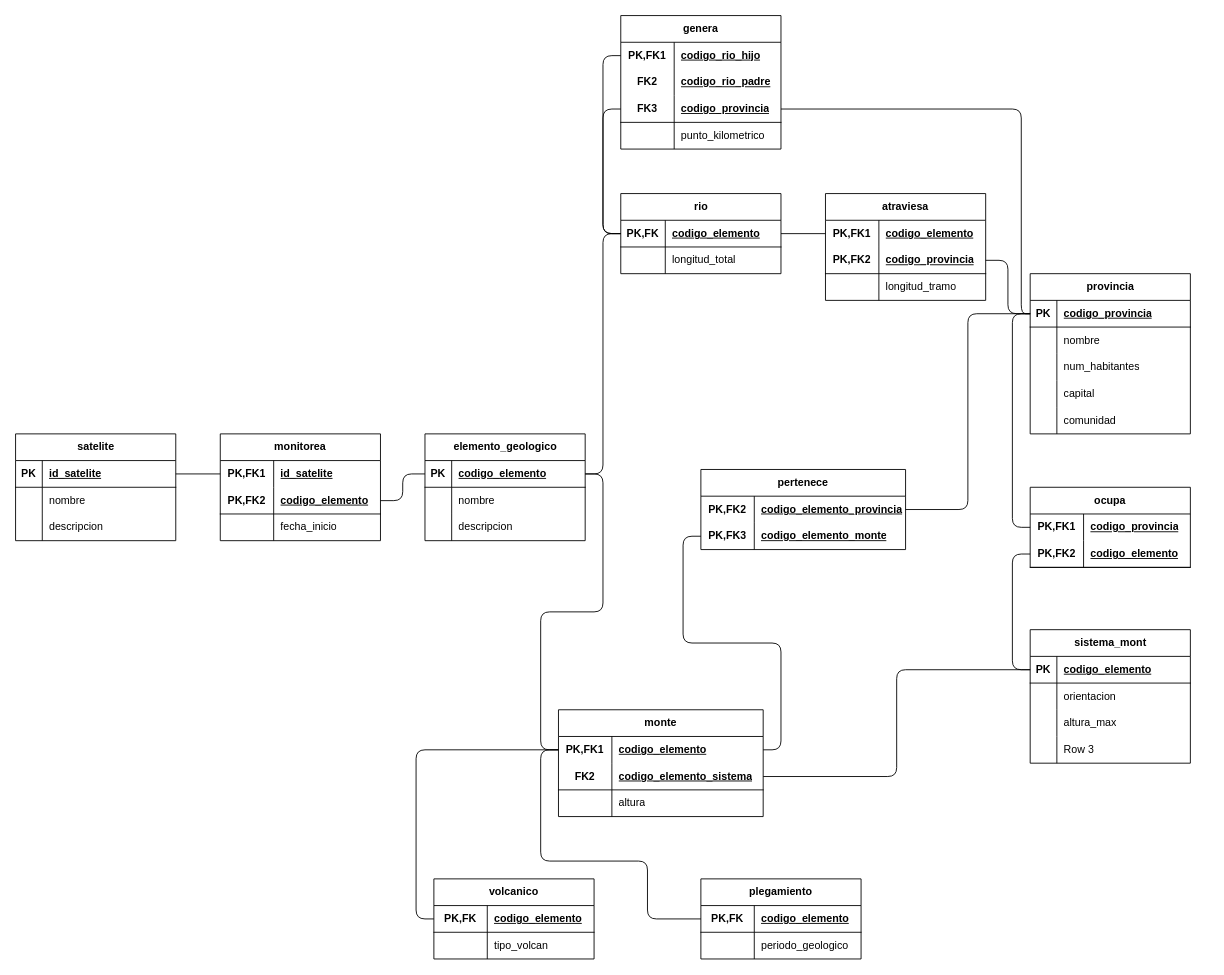
Earlier version of the draw.io diagram Act-3-2.drawio (xmr-p/DatabaseCharts). Source tidied: cells renumbered, new cells numbered last; positions are measured from the earlier drawing's top-left corner, leaving out a move shared by most shapes. Both pictures are drawn from the tidied source at 89%, with x=0, y=0 at pixel (15, 15).
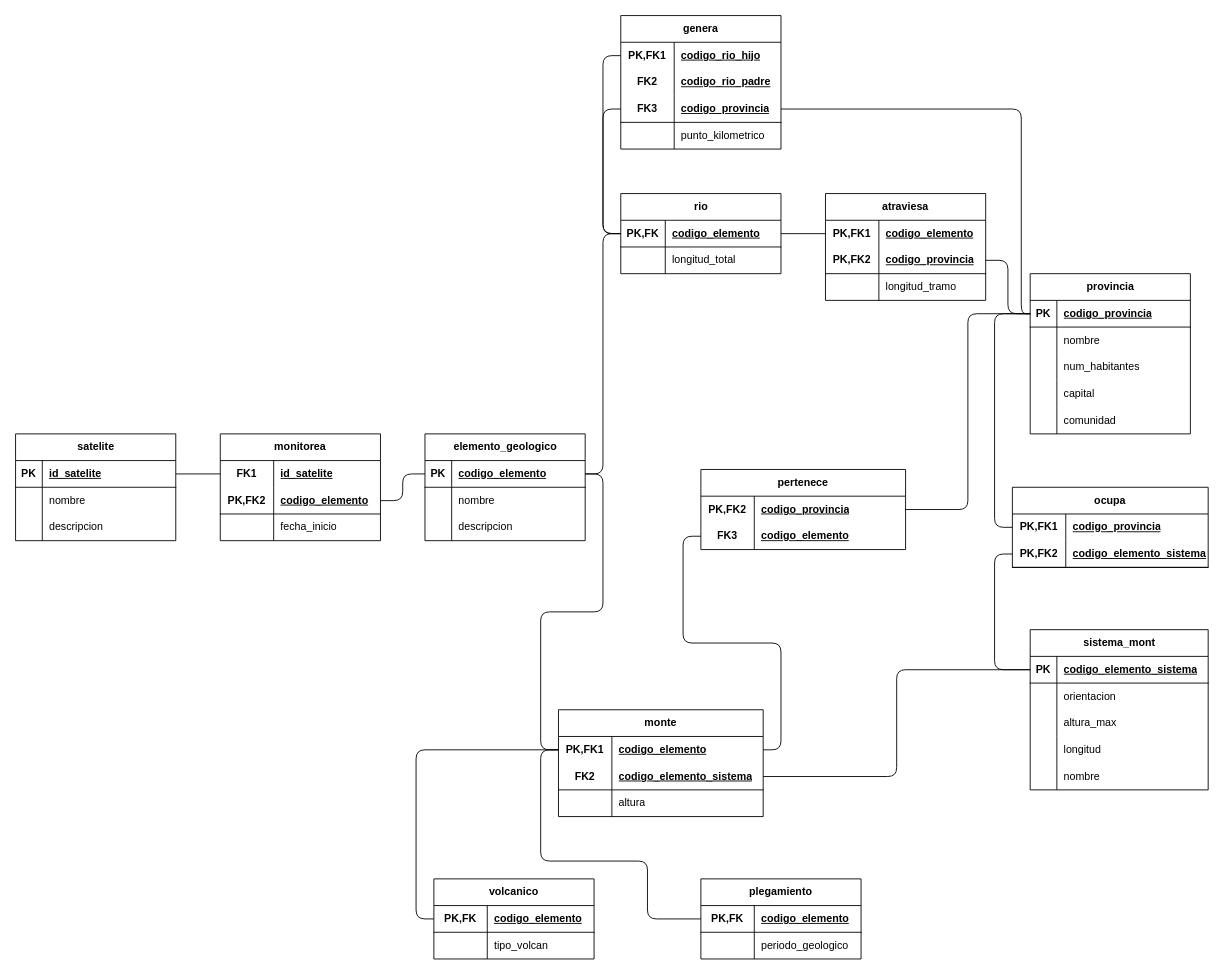
After the change.

The change refers to these unchanged cells:
```xml
<mxCell id="3" style="shape=tableRow;horizontal=0;startSize=0;swimlaneHead=0;swimlaneBody=0;fillColor=none;points=[[0,0.5],[1,0.5]];portConstraint=eastwest;top=0;left=0;right=0;bottom=1;" parent="2" vertex="1">
  <mxGeometry y="30" width="180" height="30" as="geometry" />
</mxCell>
<mxCell id="39" style="shape=tableRow;horizontal=0;startSize=0;swimlaneHead=0;swimlaneBody=0;fillColor=none;points=[[0,0.5],[1,0.5]];portConstraint=eastwest;top=0;left=0;right=0;bottom=0;html=1;" parent="38" vertex="1">
  <mxGeometry y="30" width="230" height="30" as="geometry" />
</mxCell>
<mxCell id="42" style="shape=tableRow;horizontal=0;startSize=0;swimlaneHead=0;swimlaneBody=0;fillColor=none;points=[[0,0.5],[1,0.5]];portConstraint=eastwest;top=0;left=0;right=0;bottom=0;html=1;" parent="38" vertex="1">
  <mxGeometry y="60" width="230" height="30" as="geometry" />
</mxCell>
<mxCell id="86" style="shape=tableRow;horizontal=0;startSize=0;swimlaneHead=0;swimlaneBody=0;fillColor=none;points=[[0,0.5],[1,0.5]];portConstraint=eastwest;top=0;left=0;right=0;bottom=0;html=1;" parent="85" vertex="1">
  <mxGeometry y="30" width="180" height="30" as="geometry" />
</mxCell>
```

The edit, as a diff of the source:
```diff
@@
     <mxCell id="18" value="sistema_mont" style="shape=table;startSize=30;childLayout=tableLayout;rowLines=0;fontStyle=1;align=center;html=1;" parent="1" vertex="1">
-      <mxGeometry x="1140" y="690" width="180" height="150" as="geometry" />
+      <mxGeometry x="1140" y="690" width="200" height="180" as="geometry" />
     </mxCell>
     <mxCell id="19" style="shape=tableRow;horizontal=0;startSize=0;swimlaneHead=0;swimlaneBody=0;fillColor=none;points=[[0,0.5],[1,0.5]];portConstraint=eastwest;top=0;left=0;right=0;bottom=1;" parent="18" vertex="1">
-      <mxGeometry y="30" width="180" height="30" as="geometry" />
+      <mxGeometry y="30" width="200" height="30" as="geometry" />
     </mxCell>
@@
-    <mxCell id="21" value="codigo_elemento" style="shape=partialRectangle;fillColor=none;top=0;left=0;bottom=0;right=0;align=left;spacingLeft=6;fontStyle=5;overflow=hidden;whiteSpace=wrap;html=1;" parent="19" vertex="1">
-      <mxGeometry x="30" width="150" height="30" as="geometry" />
+    <mxCell id="21" value="codigo_elemento_sistema" style="shape=partialRectangle;fillColor=none;top=0;left=0;bottom=0;right=0;align=left;spacingLeft=6;fontStyle=5;overflow=hidden;whiteSpace=wrap;html=1;" parent="19" vertex="1">
+      <mxGeometry x="30" width="170" height="30" as="geometry" />
     </mxCell>
     <mxCell id="22" style="shape=tableRow;horizontal=0;startSize=0;swimlaneHead=0;swimlaneBody=0;fillColor=none;top=0;left=0;right=0;bottom=0;" parent="18" vertex="1">
-      <mxGeometry y="60" width="180" height="30" as="geometry" />
+      <mxGeometry y="60" width="200" height="30" as="geometry" />
     </mxCell>
@@
     <mxCell id="24" value="orientacion" style="shape=partialRectangle;fillColor=none;top=0;left=0;bottom=0;right=0;align=left;spacingLeft=6;overflow=hidden;whiteSpace=wrap;html=1;" parent="22" vertex="1">
-      <mxGeometry x="30" width="150" height="30" as="geometry" />
+      <mxGeometry x="30" width="170" height="30" as="geometry" />
     </mxCell>
     <mxCell id="25" style="shape=tableRow;horizontal=0;startSize=0;swimlaneHead=0;swimlaneBody=0;fillColor=none;top=0;left=0;right=0;bottom=0;" parent="18" vertex="1">
-      <mxGeometry y="90" width="180" height="30" as="geometry" />
+      <mxGeometry y="90" width="200" height="30" as="geometry" />
     </mxCell>
@@
     <mxCell id="27" value="altura_max" style="shape=partialRectangle;fillColor=none;top=0;left=0;bottom=0;right=0;align=left;spacingLeft=6;overflow=hidden;whiteSpace=wrap;html=1;" parent="25" vertex="1">
-      <mxGeometry x="30" width="150" height="30" as="geometry" />
+      <mxGeometry x="30" width="170" height="30" as="geometry" />
     </mxCell>
     <mxCell id="28" style="shape=tableRow;horizontal=0;startSize=0;swimlaneHead=0;swimlaneBody=0;fillColor=none;top=0;left=0;right=0;bottom=0;" parent="18" vertex="1">
-      <mxGeometry y="120" width="180" height="30" as="geometry" />
+      <mxGeometry y="120" width="200" height="30" as="geometry" />
     </mxCell>
@@
-    <mxCell id="30" value="Row 3" style="shape=partialRectangle;fillColor=none;top=0;left=0;bottom=0;right=0;align=left;spacingLeft=6;overflow=hidden;whiteSpace=wrap;html=1;" parent="28" vertex="1">
-      <mxGeometry x="30" width="150" height="30" as="geometry" />
+    <mxCell id="30" value="longitud" style="shape=partialRectangle;fillColor=none;top=0;left=0;bottom=0;right=0;align=left;spacingLeft=6;overflow=hidden;whiteSpace=wrap;html=1;" parent="28" vertex="1">
+      <mxGeometry x="30" width="170" height="30" as="geometry" />
     </mxCell>
+    <mxCell id="145" style="shape=tableRow;horizontal=0;startSize=0;swimlaneHead=0;swimlaneBody=0;fillColor=none;top=0;left=0;right=0;bottom=0;" parent="18" vertex="1">
+      <mxGeometry y="150" width="200" height="30" as="geometry" />
+    </mxCell>
+    <mxCell id="146" style="shape=partialRectangle;fillColor=none;top=0;left=0;bottom=0;right=0;overflow=hidden;whiteSpace=wrap;html=1;" parent="145" vertex="1">
+      <mxGeometry width="30" height="30" as="geometry" />
+    </mxCell>
+    <mxCell id="147" value="nombre" style="shape=partialRectangle;fillColor=none;top=0;left=0;bottom=0;right=0;align=left;spacingLeft=6;overflow=hidden;whiteSpace=wrap;html=1;" parent="145" vertex="1">
+      <mxGeometry x="30" width="170" height="30" as="geometry" />
+    </mxCell>
     <mxCell id="31" value="ocupa" style="shape=table;startSize=30;childLayout=tableLayout;rowLines=0;fontStyle=1;align=center;html=1;whiteSpace=wrap;" parent="1" vertex="1">
-      <mxGeometry x="1140" y="530" width="180" height="90" as="geometry" />
+      <mxGeometry x="1120" y="530" width="220" height="90" as="geometry" />
     </mxCell>
     <mxCell id="32" style="shape=tableRow;horizontal=0;startSize=0;swimlaneHead=0;swimlaneBody=0;fillColor=none;points=[[0,0.5],[1,0.5]];portConstraint=eastwest;top=0;left=0;right=0;bottom=0;html=1;" parent="31" vertex="1">
-      <mxGeometry y="30" width="180" height="30" as="geometry" />
+      <mxGeometry y="30" width="220" height="30" as="geometry" />
     </mxCell>
@@
     <mxCell id="34" value="codigo_provincia" style="shape=partialRectangle;fillColor=none;top=0;left=0;bottom=0;right=0;align=left;spacingLeft=6;fontStyle=5;overflow=hidden;html=1;whiteSpace=wrap;" parent="32" vertex="1">
-      <mxGeometry x="60" width="120" height="30" as="geometry" />
+      <mxGeometry x="60" width="160" height="30" as="geometry" />
     </mxCell>
     <mxCell id="35" style="shape=tableRow;horizontal=0;startSize=0;swimlaneHead=0;swimlaneBody=0;fillColor=none;points=[[0,0.5],[1,0.5]];portConstraint=eastwest;top=0;left=0;right=0;bottom=1;html=1;" parent="31" vertex="1">
-      <mxGeometry y="60" width="180" height="30" as="geometry" />
+      <mxGeometry y="60" width="220" height="30" as="geometry" />
     </mxCell>
@@
-    <mxCell id="37" value="codigo_elemento" style="shape=partialRectangle;fillColor=none;top=0;left=0;bottom=0;right=0;align=left;spacingLeft=6;fontStyle=5;overflow=hidden;html=1;whiteSpace=wrap;" parent="35" vertex="1">
-      <mxGeometry x="60" width="120" height="30" as="geometry" />
+    <mxCell id="37" value="codigo_elemento_sistema" style="shape=partialRectangle;fillColor=none;top=0;left=0;bottom=0;right=0;align=left;spacingLeft=6;fontStyle=5;overflow=hidden;html=1;whiteSpace=wrap;" parent="35" vertex="1">
+      <mxGeometry x="60" width="160" height="30" as="geometry" />
     </mxCell>
@@
-    <mxCell id="41" value="codigo_elemento_provincia" style="shape=partialRectangle;fillColor=none;top=0;left=0;bottom=0;right=0;align=left;spacingLeft=6;fontStyle=5;overflow=hidden;html=1;whiteSpace=wrap;" parent="39" vertex="1">
+    <mxCell id="41" value="codigo_provincia" style="shape=partialRectangle;fillColor=none;top=0;left=0;bottom=0;right=0;align=left;spacingLeft=6;fontStyle=5;overflow=hidden;html=1;whiteSpace=wrap;" parent="39" vertex="1">
       <mxGeometry x="60" width="170" height="30" as="geometry" />
     </mxCell>
@@
-    <mxCell id="43" value="PK,FK3" style="shape=partialRectangle;fillColor=none;top=0;left=0;bottom=0;right=0;fontStyle=1;overflow=hidden;html=1;whiteSpace=wrap;" parent="42" vertex="1">
+    <mxCell id="43" value="FK3" style="shape=partialRectangle;fillColor=none;top=0;left=0;bottom=0;right=0;fontStyle=1;overflow=hidden;html=1;whiteSpace=wrap;" parent="42" vertex="1">
       <mxGeometry width="60" height="30" as="geometry" />
     </mxCell>
-    <mxCell id="44" value="codigo_elemento_monte" style="shape=partialRectangle;fillColor=none;top=0;left=0;bottom=0;right=0;align=left;spacingLeft=6;fontStyle=5;overflow=hidden;html=1;whiteSpace=wrap;" parent="42" vertex="1">
+    <mxCell id="44" value="codigo_elemento" style="shape=partialRectangle;fillColor=none;top=0;left=0;bottom=0;right=0;align=left;spacingLeft=6;fontStyle=5;overflow=hidden;html=1;whiteSpace=wrap;" parent="42" vertex="1">
       <mxGeometry x="60" width="170" height="30" as="geometry" />
     </mxCell>
@@
-    <mxCell id="87" value="PK,FK1" style="shape=partialRectangle;fillColor=none;top=0;left=0;bottom=0;right=0;fontStyle=1;overflow=hidden;html=1;whiteSpace=wrap;" parent="86" vertex="1">
+    <mxCell id="87" value="FK1" style="shape=partialRectangle;fillColor=none;top=0;left=0;bottom=0;right=0;fontStyle=1;overflow=hidden;html=1;whiteSpace=wrap;" parent="86" vertex="1">
       <mxGeometry width="60" height="30" as="geometry" />
     </mxCell>
@@
     <mxCell id="125" style="edgeStyle=orthogonalEdgeStyle;rounded=1;jettySize=auto;html=1;exitX=0;exitY=0.5;exitDx=0;exitDy=0;entryX=0;entryY=0.5;entryDx=0;entryDy=0;curved=0;endArrow=none;endFill=0;" parent="1" edge="1" source="3" target="32">
-      <mxGeometry relative="1" as="geometry" />
+      <mxGeometry relative="1" as="geometry">
+        <Array as="points">
+          <mxPoint x="1100" y="335" />
+          <mxPoint x="1100" y="575" />
+        </Array>
+      </mxGeometry>
     </mxCell>
```
